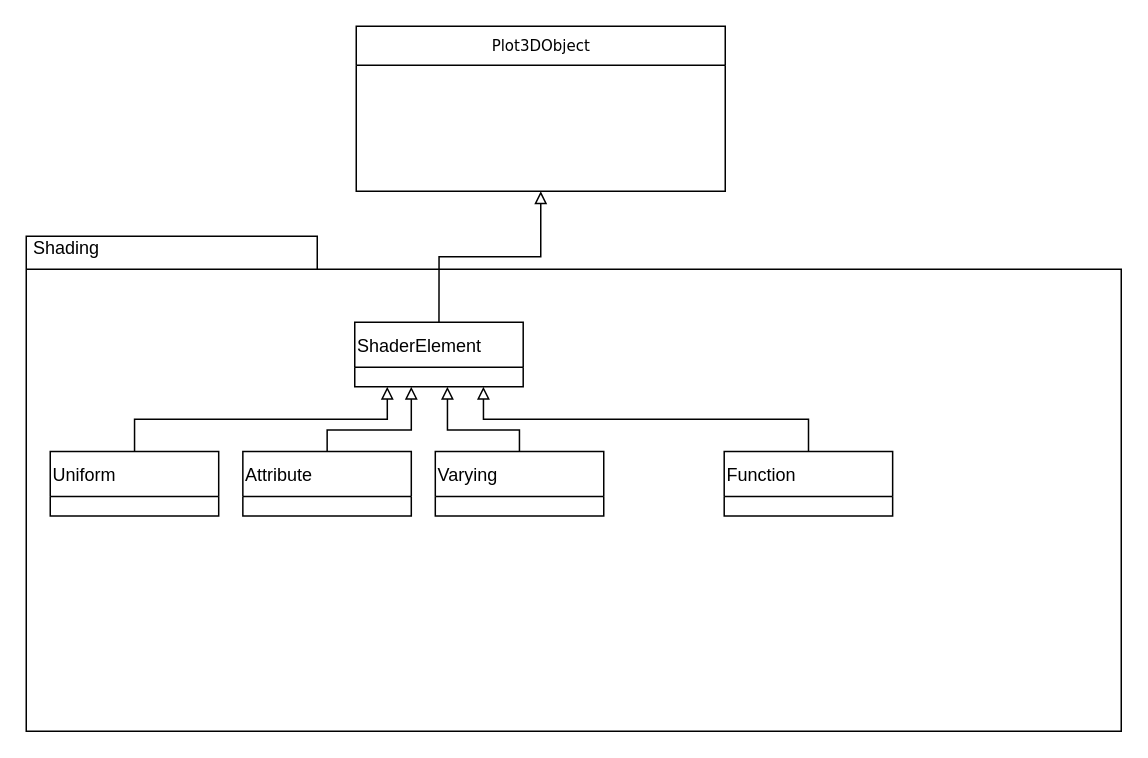
Before: public/doc/shaderBuilderClasses.drawio in etk66296/Plot3D, a draw.io diagram. Source tidied: cells renumbered, new cells numbered last; positions are measured from the earlier drawing's top-left corner, leaving out a move shared by most shapes. Both pictures are drawn from the tidied source at 150%, with x=0, y=0 at pixel (26, 26).
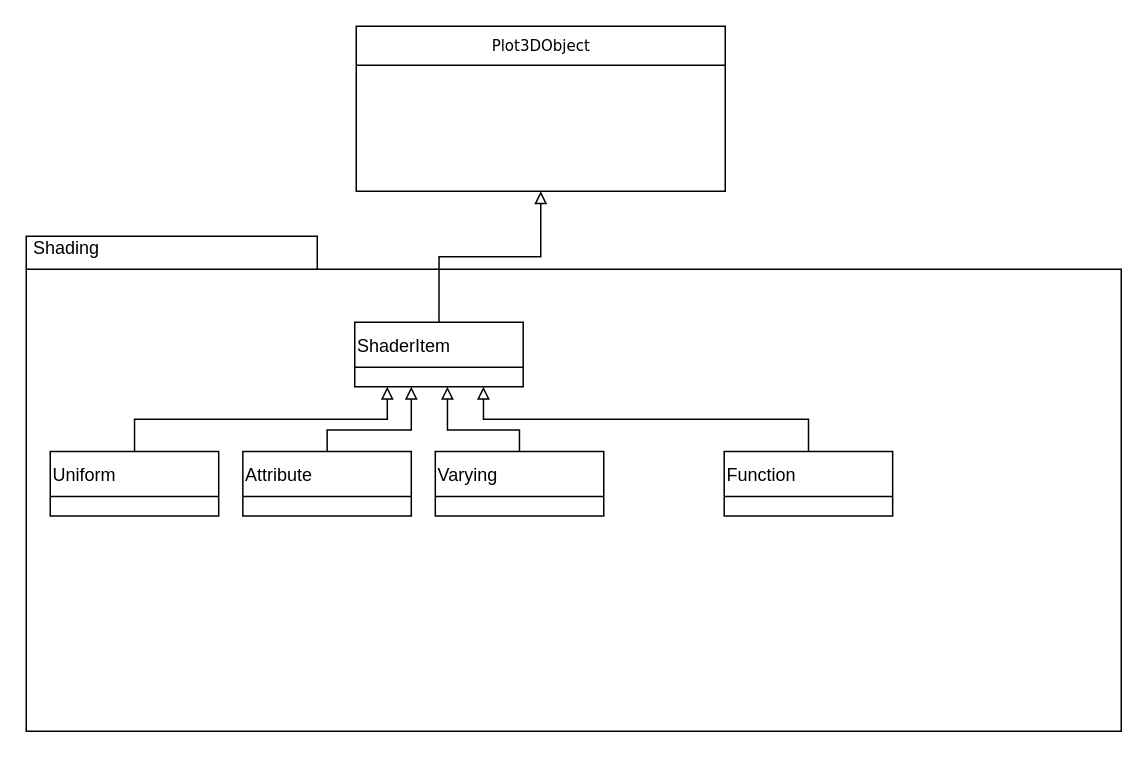
Above is the later version.

Unchanged cells that the change refers to:
```xml
<mxCell id="2" style="group;" parent="1" vertex="1">
  <mxGeometry y="140" width="730" height="330" as="geometry" />
</mxCell>
```

Diff of the diagram source:
```diff
@@
-    <mxCell id="5" value="ShaderElement" style="swimlane;fontStyle=0;horizontal=1;startSize=30;align=left;" parent="2" vertex="1">
+    <mxCell id="5" value="ShaderItem" style="swimlane;fontStyle=0;horizontal=1;startSize=30;align=left;" parent="2" vertex="1">
       <mxGeometry x="219" y="57.4" width="112.3" height="43" as="geometry" />
     </mxCell>
```
